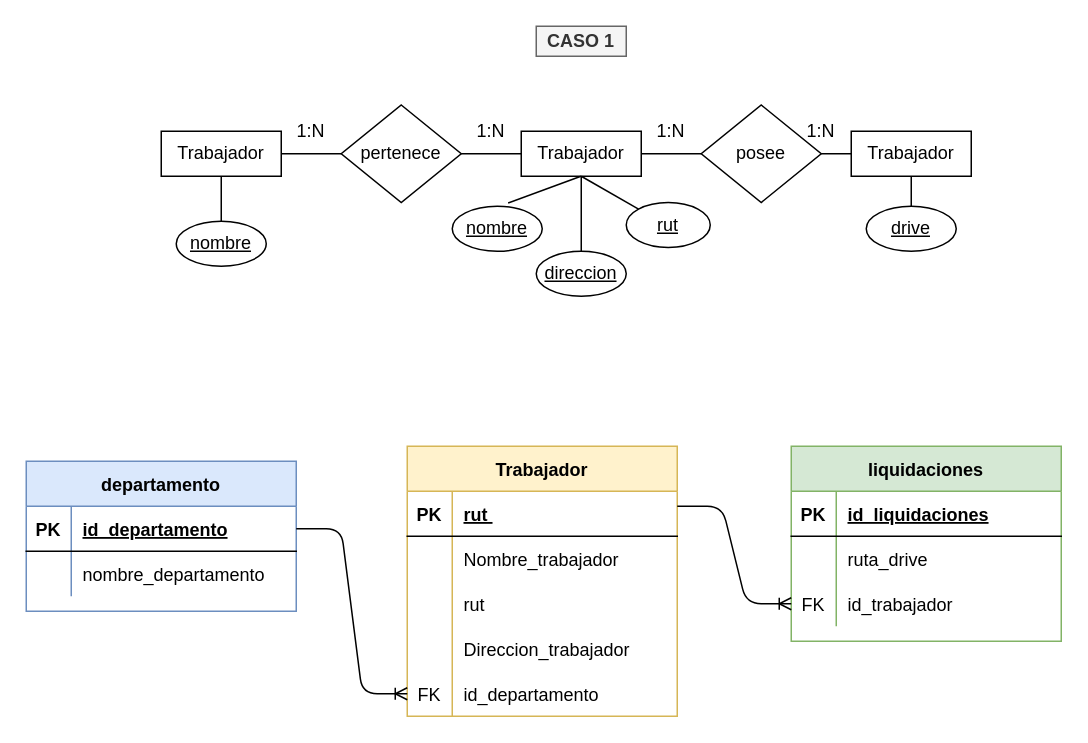
This is desafio3/caso1/caso1.drawio from tomasbriones/postgres, a draw.io file, before an edit. Source tidied: cells renumbered, new cells numbered last; positions are measured from the earlier drawing's top-left corner, leaving out a move shared by most shapes. Both pictures are drawn from the tidied source at 150%, with x=0, y=0 at pixel (26, 26).
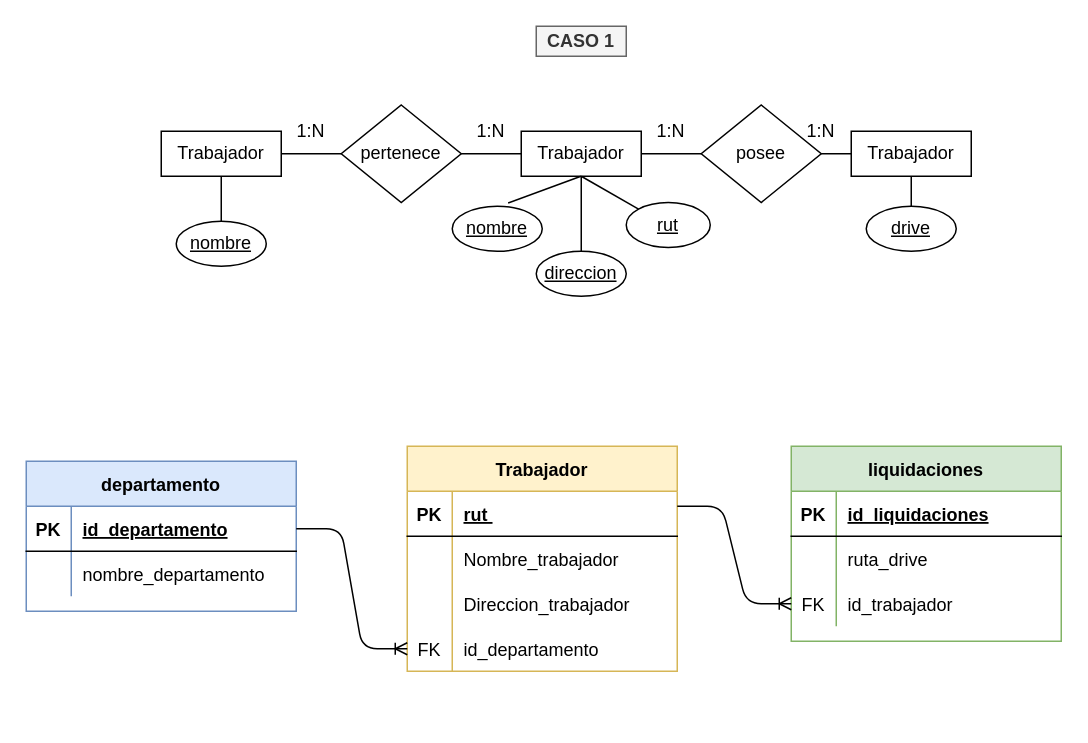
After the change.

Diff of the diagram source:
```diff
@@
     <mxCell id="2" value="Trabajador" style="shape=table;startSize=30;childLayout=tableLayout;rowLines=0;fontStyle=1;align=center;fillColor=#fff2cc;strokeColor=#d6b656;" parent="1" vertex="1">
-      <mxGeometry x="254" y="280" width="180" height="180" as="geometry" />
+      <mxGeometry x="254" y="280" width="180" height="150" as="geometry" />
     </mxCell>
@@
-    <mxCell id="9" style="shape=partialRectangle;fillColor=none;top=0;left=0;bottom=0;right=0;" parent="2" vertex="1">
-      <mxGeometry y="90" width="180" height="30" as="geometry" />
-    </mxCell>
-    <mxCell id="10" style="shape=partialRectangle;fillColor=none;top=0;left=0;bottom=0;right=0;overflow=hidden;" parent="9" vertex="1">
-      <mxGeometry width="30" height="30" as="geometry" />
-    </mxCell>
-    <mxCell id="11" value="rut" style="shape=partialRectangle;fillColor=none;top=0;left=0;bottom=0;right=0;align=left;spacingLeft=6;overflow=hidden;" parent="9" vertex="1">
-      <mxGeometry x="30" width="150" height="30" as="geometry" />
-    </mxCell>
     <mxCell id="12" style="shape=partialRectangle;fillColor=none;top=0;left=0;bottom=0;right=0;" parent="2" vertex="1">
-      <mxGeometry y="120" width="180" height="30" as="geometry" />
+      <mxGeometry y="90" width="180" height="30" as="geometry" />
     </mxCell>
@@
     <mxCell id="15" style="shape=partialRectangle;fillColor=none;top=0;left=0;bottom=0;right=0;points=[[0,0.5],[1,0.5]];portConstraint=eastwest;" parent="2" vertex="1">
-      <mxGeometry y="150" width="180" height="30" as="geometry" />
+      <mxGeometry y="120" width="180" height="30" as="geometry" />
     </mxCell>
```
